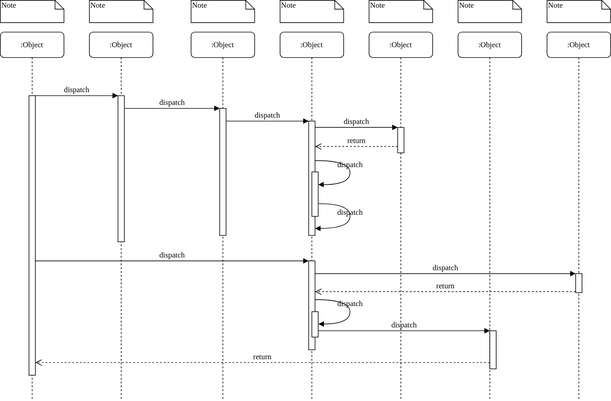
blendblen/myGitTest keeps this draw.io diagram as app/Untitled Diagram.svg. Above is the earlier version. Source tidied: cells renumbered, new cells last; positions are measured from the earlier drawing's top-left corner, leaving out a move shared by most shapes.
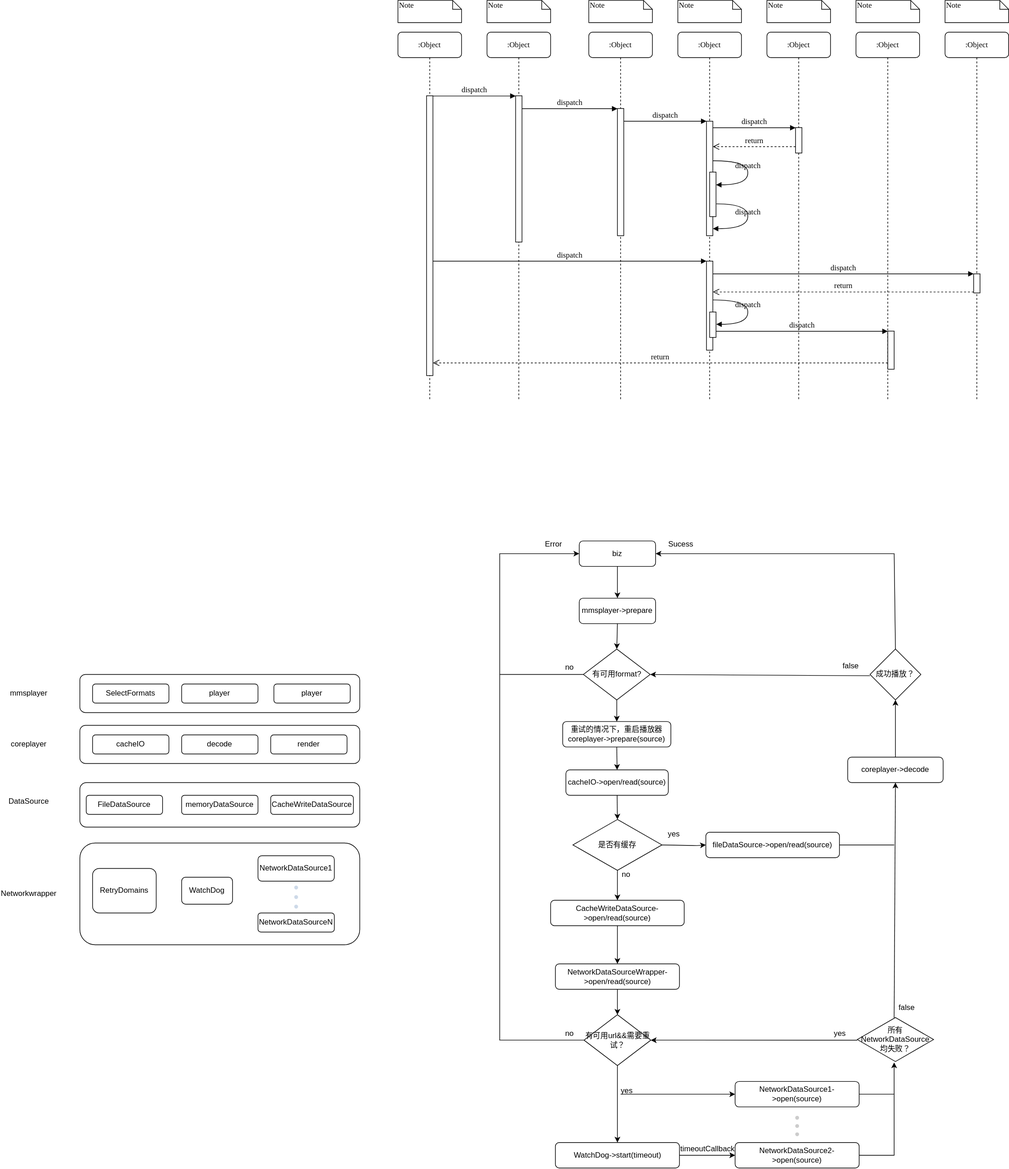
After the commit.

The edit, as a diff of the source:
```diff
@@ -2,6 +2,9 @@
   <root>
     <mxCell id="0" />
     <mxCell id="1" parent="0" />
+    <mxCell id="39" style="rounded=1;whiteSpace=wrap;html=1;" parent="1" vertex="1">
+      <mxGeometry x="-310" y="1330" width="210" height="70" as="geometry" />
+    </mxCell>
     <mxCell id="2" value=":Object" style="shape=umlLifeline;perimeter=lifelinePerimeter;whiteSpace=wrap;html=1;rounded=1;shadow=0;comic=0;labelBackgroundColor=none;strokeWidth=1;fontFamily=Verdana;fontSize=12;align=center;" parent="1" vertex="1">
       <mxGeometry x="140" y="50" width="100" height="580" as="geometry" />
     </mxCell>
@@ -144,5 +147,260 @@
     <mxCell id="38" value="Note" style="shape=note;whiteSpace=wrap;html=1;size=14;verticalAlign=top;align=left;spacingTop=-6;rounded=0;shadow=0;comic=0;labelBackgroundColor=none;strokeWidth=1;fontFamily=Verdana;fontSize=12;" parent="1" vertex="1">
       <mxGeometry x="860" width="100" height="35" as="geometry" />
     </mxCell>
+    <mxCell id="40" value="biz" style="rounded=1;whiteSpace=wrap;html=1;" parent="1" vertex="1">
+      <mxGeometry x="285" y="850" width="120" height="40" as="geometry" />
+    </mxCell>
+    <mxCell id="41" value="mmsplayer-&amp;gt;prepare" style="rounded=1;whiteSpace=wrap;html=1;" parent="1" vertex="1">
+      <mxGeometry x="285" y="940" width="120" height="40" as="geometry" />
+    </mxCell>
+    <mxCell id="42" value="重试的情况下，重启播放器coreplayer-&amp;gt;prepare(source)" style="rounded=1;whiteSpace=wrap;html=1;" parent="1" vertex="1">
+      <mxGeometry x="259" y="1134" width="170" height="40" as="geometry" />
+    </mxCell>
+    <mxCell id="43" value="cacheIO-&amp;gt;open/read(source)" style="rounded=1;whiteSpace=wrap;html=1;" parent="1" vertex="1">
+      <mxGeometry x="264" y="1210" width="161" height="40" as="geometry" />
+    </mxCell>
+    <mxCell id="44" value="是否有缓存" style="rhombus;whiteSpace=wrap;html=1;" parent="1" vertex="1">
+      <mxGeometry x="275" y="1288" width="140" height="80" as="geometry" />
+    </mxCell>
+    <mxCell id="45" value="fileDataSource-&amp;gt;open/read(source)" style="rounded=1;whiteSpace=wrap;html=1;" parent="1" vertex="1">
+      <mxGeometry x="484" y="1308" width="210" height="40" as="geometry" />
+    </mxCell>
+    <mxCell id="46" value="CacheWriteDataSource-&amp;gt;open/read(source)" style="rounded=1;whiteSpace=wrap;html=1;" parent="1" vertex="1">
+      <mxGeometry x="240" y="1415" width="210" height="40" as="geometry" />
+    </mxCell>
+    <mxCell id="47" value="NetworkDataSourceWrapper-&amp;gt;open/read(source)" style="rounded=1;whiteSpace=wrap;html=1;" parent="1" vertex="1">
+      <mxGeometry x="247.5" y="1515" width="195" height="40" as="geometry" />
+    </mxCell>
+    <mxCell id="48" value="NetworkDataSource1-&amp;gt;open(source)" style="rounded=1;whiteSpace=wrap;html=1;" parent="1" vertex="1">
+      <mxGeometry x="530" y="1700" width="195" height="40" as="geometry" />
+    </mxCell>
+    <mxCell id="49" value="WatchDog-&amp;gt;start(timeout)" style="rounded=1;whiteSpace=wrap;html=1;" parent="1" vertex="1">
+      <mxGeometry x="247.5" y="1796" width="195" height="40" as="geometry" />
+    </mxCell>
+    <mxCell id="50" value="NetworkDataSource2-&amp;gt;open(source)" style="rounded=1;whiteSpace=wrap;html=1;" parent="1" vertex="1">
+      <mxGeometry x="530" y="1796" width="195" height="40" as="geometry" />
+    </mxCell>
+    <mxCell id="51" style="rounded=1;whiteSpace=wrap;html=1;" parent="1" vertex="1">
+      <mxGeometry x="-500" y="1140" width="440" height="60" as="geometry" />
+    </mxCell>
+    <mxCell id="52" style="rounded=1;whiteSpace=wrap;html=1;" parent="1" vertex="1">
+      <mxGeometry x="-500" y="1060" width="440" height="60" as="geometry" />
+    </mxCell>
+    <mxCell id="53" style="rounded=1;whiteSpace=wrap;html=1;" parent="1" vertex="1">
+      <mxGeometry x="-500" y="1230" width="440" height="70" as="geometry" />
+    </mxCell>
+    <mxCell id="54" value="mmsplayer" style="text;html=1;align=center;verticalAlign=middle;whiteSpace=wrap;rounded=0;" parent="1" vertex="1">
+      <mxGeometry x="-610" y="1075" width="60" height="30" as="geometry" />
+    </mxCell>
+    <mxCell id="55" value="coreplayer" style="text;html=1;align=center;verticalAlign=middle;whiteSpace=wrap;rounded=0;" parent="1" vertex="1">
+      <mxGeometry x="-610" y="1155" width="60" height="30" as="geometry" />
+    </mxCell>
+    <mxCell id="56" value="DataSource" style="text;html=1;align=center;verticalAlign=middle;whiteSpace=wrap;rounded=0;" parent="1" vertex="1">
+      <mxGeometry x="-610" y="1245" width="60" height="30" as="geometry" />
+    </mxCell>
+    <mxCell id="57" value="cacheIO" style="rounded=1;whiteSpace=wrap;html=1;" parent="1" vertex="1">
+      <mxGeometry x="-480" y="1155" width="120" height="30" as="geometry" />
+    </mxCell>
+    <mxCell id="58" value="decode" style="rounded=1;whiteSpace=wrap;html=1;" parent="1" vertex="1">
+      <mxGeometry x="-340" y="1155" width="120" height="30" as="geometry" />
+    </mxCell>
+    <mxCell id="59" value="render" style="rounded=1;whiteSpace=wrap;html=1;" parent="1" vertex="1">
+      <mxGeometry x="-200" y="1155" width="120" height="30" as="geometry" />
+    </mxCell>
+    <mxCell id="60" value="FileDataSource" style="rounded=1;whiteSpace=wrap;html=1;" parent="1" vertex="1">
+      <mxGeometry x="-490" y="1250" width="120" height="30" as="geometry" />
+    </mxCell>
+    <mxCell id="61" value="memoryDataSource" style="rounded=1;whiteSpace=wrap;html=1;" parent="1" vertex="1">
+      <mxGeometry x="-340" y="1250" width="120" height="30" as="geometry" />
+    </mxCell>
+    <mxCell id="62" value="CacheWriteDataSource" style="rounded=1;whiteSpace=wrap;html=1;" parent="1" vertex="1">
+      <mxGeometry x="-200" y="1250" width="130" height="30" as="geometry" />
+    </mxCell>
+    <mxCell id="63" style="rounded=1;whiteSpace=wrap;html=1;" parent="1" vertex="1">
+      <mxGeometry x="-500" y="1325" width="440" height="160" as="geometry" />
+    </mxCell>
+    <mxCell id="64" value="Networkwrapper" style="text;html=1;align=center;verticalAlign=middle;whiteSpace=wrap;rounded=0;" parent="1" vertex="1">
+      <mxGeometry x="-625" y="1390" width="90" height="30" as="geometry" />
+    </mxCell>
+    <mxCell id="65" value="NetworkDataSource1" style="rounded=1;whiteSpace=wrap;html=1;" parent="1" vertex="1">
+      <mxGeometry x="-220" y="1345" width="120" height="40" as="geometry" />
+    </mxCell>
+    <mxCell id="66" value="WatchDog" style="rounded=1;whiteSpace=wrap;html=1;" parent="1" vertex="1">
+      <mxGeometry x="-340" y="1378.8" width="80" height="42.5" as="geometry" />
+    </mxCell>
+    <mxCell id="67" value="SelectFormats" style="rounded=1;whiteSpace=wrap;html=1;" parent="1" vertex="1">
+      <mxGeometry x="-480" y="1075" width="120" height="30" as="geometry" />
+    </mxCell>
+    <mxCell id="68" value="player" style="rounded=1;whiteSpace=wrap;html=1;" parent="1" vertex="1">
+      <mxGeometry x="-340" y="1075" width="120" height="30" as="geometry" />
+    </mxCell>
+    <mxCell id="69" value="player" style="rounded=1;whiteSpace=wrap;html=1;" parent="1" vertex="1">
+      <mxGeometry x="-195" y="1075" width="120" height="30" as="geometry" />
+    </mxCell>
+    <mxCell id="70" value="NetworkDataSourceN" style="rounded=1;whiteSpace=wrap;html=1;" parent="1" vertex="1">
+      <mxGeometry x="-220" y="1435" width="120" height="30" as="geometry" />
+    </mxCell>
+    <mxCell id="71" value="RetryDomains" style="rounded=1;whiteSpace=wrap;html=1;" parent="1" vertex="1">
+      <mxGeometry x="-480" y="1365" width="100" height="70" as="geometry" />
+    </mxCell>
+    <mxCell id="72" style="shape=waypoint;sketch=0;fillStyle=solid;size=6;fillColor=none;perimeter=centerPerimeter;strokeColor=#CDD9E8;" parent="1" vertex="1">
+      <mxGeometry x="-170" y="1385" width="20" height="20" as="geometry" />
+    </mxCell>
+    <mxCell id="73" style="shape=waypoint;sketch=0;fillStyle=solid;size=6;fillColor=none;perimeter=centerPerimeter;strokeColor=#CDD9E8;" parent="1" vertex="1">
+      <mxGeometry x="-170" y="1400" width="20" height="20" as="geometry" />
+    </mxCell>
+    <mxCell id="74" style="shape=waypoint;sketch=0;fillStyle=solid;size=6;fillColor=none;perimeter=centerPerimeter;strokeColor=#CDD9E8;" parent="1" vertex="1">
+      <mxGeometry x="-170" y="1415" width="20" height="20" as="geometry" />
+    </mxCell>
+    <mxCell id="75" style="endArrow=classic;html=1;rounded=0;exitX=0.5;exitY=1;exitDx=0;exitDy=0;entryX=0.5;entryY=0;entryDx=0;entryDy=0;" parent="1" edge="1" source="40" target="41">
+      <mxGeometry relative="1" as="geometry" />
+    </mxCell>
+    <mxCell id="76" style="endArrow=classic;html=1;rounded=0;exitX=0.5;exitY=1;exitDx=0;exitDy=0;entryX=0.5;entryY=0;entryDx=0;entryDy=0;" parent="1" edge="1" source="107" target="42">
+      <mxGeometry relative="1" as="geometry" />
+    </mxCell>
+    <mxCell id="77" style="endArrow=classic;html=1;rounded=0;exitX=0.5;exitY=1;exitDx=0;exitDy=0;entryX=0.5;entryY=0;entryDx=0;entryDy=0;" parent="1" edge="1" source="42" target="43">
+      <mxGeometry relative="1" as="geometry" />
+    </mxCell>
+    <mxCell id="78" style="endArrow=classic;html=1;rounded=0;exitX=0.5;exitY=1;exitDx=0;exitDy=0;entryX=0.5;entryY=0;entryDx=0;entryDy=0;" parent="1" edge="1" source="43" target="44">
+      <mxGeometry relative="1" as="geometry" />
+    </mxCell>
+    <mxCell id="79" value="no" style="text;html=1;align=center;verticalAlign=middle;whiteSpace=wrap;rounded=0;" parent="1" vertex="1">
+      <mxGeometry x="329" y="1360" width="60" height="30" as="geometry" />
+    </mxCell>
+    <mxCell id="80" value="yes" style="text;html=1;align=center;verticalAlign=middle;whiteSpace=wrap;rounded=0;" parent="1" vertex="1">
+      <mxGeometry x="404" y="1296" width="60" height="30" as="geometry" />
+    </mxCell>
+    <mxCell id="81" style="endArrow=classic;html=1;rounded=0;exitX=0.5;exitY=1;exitDx=0;exitDy=0;entryX=0.5;entryY=0;entryDx=0;entryDy=0;" parent="1" edge="1" source="46" target="47">
+      <mxGeometry relative="1" as="geometry" />
+    </mxCell>
+    <mxCell id="82" style="endArrow=classic;html=1;rounded=0;exitX=1;exitY=0.5;exitDx=0;exitDy=0;entryX=0;entryY=0.5;entryDx=0;entryDy=0;" parent="1" edge="1" source="49" target="50">
+      <mxGeometry relative="1" as="geometry" />
+    </mxCell>
+    <mxCell id="83" value="有可用url&amp;amp;&amp;amp;需要重试？" style="rhombus;whiteSpace=wrap;html=1;" parent="1" vertex="1">
+      <mxGeometry x="292.5" y="1595" width="105" height="80" as="geometry" />
+    </mxCell>
+    <mxCell id="84" style="endArrow=classic;html=1;rounded=0;exitX=0.5;exitY=1;exitDx=0;exitDy=0;entryX=0.5;entryY=0;entryDx=0;entryDy=0;" parent="1" edge="1" source="47" target="83">
+      <mxGeometry relative="1" as="geometry" />
+    </mxCell>
+    <mxCell id="85" style="endArrow=classic;html=1;rounded=0;exitX=0.5;exitY=1;exitDx=0;exitDy=0;entryX=0.5;entryY=0;entryDx=0;entryDy=0;" parent="1" edge="1" source="83" target="49">
+      <mxGeometry relative="1" as="geometry" />
+    </mxCell>
+    <mxCell id="86" style="endArrow=classic;html=1;rounded=0;entryX=0;entryY=0.5;entryDx=0;entryDy=0;" parent="1" edge="1" target="48">
+      <mxGeometry relative="1" as="geometry">
+        <mxPoint x="350" y="1720" as="sourcePoint" />
+      </mxGeometry>
+    </mxCell>
+    <mxCell id="87" value="yes" style="text;html=1;align=center;verticalAlign=middle;whiteSpace=wrap;rounded=0;" parent="1" vertex="1">
+      <mxGeometry x="330" y="1700" width="60" height="30" as="geometry" />
+    </mxCell>
+    <mxCell id="88" style="endArrow=classic;html=1;rounded=0;exitX=0.5;exitY=1;exitDx=0;exitDy=0;entryX=0.5;entryY=0;entryDx=0;entryDy=0;" parent="1" edge="1" source="44" target="46">
+      <mxGeometry relative="1" as="geometry" />
+    </mxCell>
+    <mxCell id="89" style="endArrow=classic;html=1;rounded=0;exitX=1;exitY=0.5;exitDx=0;exitDy=0;entryX=0;entryY=0.5;entryDx=0;entryDy=0;" parent="1" edge="1" source="44" target="45">
+      <mxGeometry relative="1" as="geometry">
+        <Array as="points">
+          <mxPoint x="470" y="1329" />
+        </Array>
+      </mxGeometry>
+    </mxCell>
+    <mxCell id="90" value="timeoutCallback" style="text;html=1;align=center;verticalAlign=middle;whiteSpace=wrap;rounded=0;" parent="1" vertex="1">
+      <mxGeometry x="457" y="1791" width="60" height="30" as="geometry" />
+    </mxCell>
+    <mxCell id="91" style="endArrow=classic;html=1;rounded=0;exitX=0;exitY=0.5;exitDx=0;exitDy=0;entryX=0;entryY=0.5;entryDx=0;entryDy=0;" parent="1" edge="1" source="83" target="40">
+      <mxGeometry relative="1" as="geometry">
+        <Array as="points">
+          <mxPoint x="160" y="1635" />
+          <mxPoint x="160" y="870" />
+        </Array>
+      </mxGeometry>
+    </mxCell>
+    <mxCell id="92" value="no" style="text;html=1;align=center;verticalAlign=middle;whiteSpace=wrap;rounded=0;" parent="1" vertex="1">
+      <mxGeometry x="240" y="1610" width="60" height="30" as="geometry" />
+    </mxCell>
+    <mxCell id="93" style="endArrow=none;html=1;rounded=0;exitX=1;exitY=0.5;exitDx=0;exitDy=0;" parent="1" edge="1" source="45">
+      <mxGeometry relative="1" as="geometry">
+        <mxPoint x="780" y="1328" as="targetPoint" />
+      </mxGeometry>
+    </mxCell>
+    <mxCell id="94" value="所有NetworkDataSource均失败？" style="html=1;whiteSpace=wrap;shape=isoRectangle;" parent="1" vertex="1">
+      <mxGeometry x="722" y="1598" width="120" height="72" as="geometry" />
+    </mxCell>
+    <mxCell id="95" style="endArrow=classic;html=1;rounded=0;exitX=1;exitY=0.5;exitDx=0;exitDy=0;entryX=0.483;entryY=1;entryDx=0;entryDy=0;entryPerimeter=0;" parent="1" edge="1" source="50" target="94">
+      <mxGeometry relative="1" as="geometry">
+        <Array as="points">
+          <mxPoint x="780" y="1816" />
+        </Array>
+      </mxGeometry>
+    </mxCell>
+    <mxCell id="96" style="endArrow=classic;html=1;rounded=0;exitX=0;exitY=0.514;exitDx=0;exitDy=0;exitPerimeter=0;entryX=1;entryY=0.5;entryDx=0;entryDy=0;" parent="1" edge="1" source="94" target="83">
+      <mxGeometry relative="1" as="geometry" />
+    </mxCell>
+    <mxCell id="97" value="yes" style="text;html=1;align=center;verticalAlign=middle;whiteSpace=wrap;rounded=0;" parent="1" vertex="1">
+      <mxGeometry x="665" y="1610" width="60" height="30" as="geometry" />
+    </mxCell>
+    <mxCell id="98" style="endArrow=none;html=1;rounded=0;exitX=1;exitY=0.5;exitDx=0;exitDy=0;" parent="1" edge="1" source="48">
+      <mxGeometry relative="1" as="geometry">
+        <mxPoint x="780" y="1720" as="targetPoint" />
+      </mxGeometry>
+    </mxCell>
+    <mxCell id="99" style="endArrow=classic;html=1;rounded=0;exitX=0.483;exitY=-0.028;exitDx=0;exitDy=0;exitPerimeter=0;entryX=0.5;entryY=1;entryDx=0;entryDy=0;" parent="1" edge="1" target="101">
+      <mxGeometry relative="1" as="geometry">
+        <mxPoint x="780" y="1600" as="sourcePoint" />
+      </mxGeometry>
+    </mxCell>
+    <mxCell id="100" value="false" style="text;html=1;align=center;verticalAlign=middle;whiteSpace=wrap;rounded=0;" parent="1" vertex="1">
+      <mxGeometry x="770" y="1569" width="60" height="30" as="geometry" />
+    </mxCell>
+    <mxCell id="101" value="coreplayer-&amp;gt;decode" style="rounded=1;whiteSpace=wrap;html=1;" parent="1" vertex="1">
+      <mxGeometry x="707" y="1190" width="150" height="40" as="geometry" />
+    </mxCell>
+    <mxCell id="102" value="成功播放？" style="rhombus;whiteSpace=wrap;html=1;" parent="1" vertex="1">
+      <mxGeometry x="742" y="1020" width="80" height="80" as="geometry" />
+    </mxCell>
+    <mxCell id="103" value="false" style="text;html=1;align=center;verticalAlign=middle;whiteSpace=wrap;rounded=0;" parent="1" vertex="1">
+      <mxGeometry x="682" y="1032" width="60" height="30" as="geometry" />
+    </mxCell>
+    <mxCell id="104" style="endArrow=classic;html=1;rounded=0;exitX=0.5;exitY=0;exitDx=0;exitDy=0;entryX=0.5;entryY=1;entryDx=0;entryDy=0;" parent="1" edge="1" source="101" target="102">
+      <mxGeometry relative="1" as="geometry" />
+    </mxCell>
+    <mxCell id="105" style="endArrow=classic;html=1;rounded=0;exitX=0.5;exitY=0;exitDx=0;exitDy=0;entryX=1;entryY=0.5;entryDx=0;entryDy=0;" parent="1" edge="1" source="102" target="40">
+      <mxGeometry relative="1" as="geometry">
+        <Array as="points">
+          <mxPoint x="780" y="870" />
+        </Array>
+      </mxGeometry>
+    </mxCell>
+    <mxCell id="106" style="endArrow=classic;html=1;rounded=0;exitX=0.5;exitY=1;exitDx=0;exitDy=0;entryX=0.5;entryY=0;entryDx=0;entryDy=0;" parent="1" edge="1" source="41" target="107">
+      <mxGeometry relative="1" as="geometry" />
+    </mxCell>
+    <mxCell id="107" value="有可用format?" style="rhombus;whiteSpace=wrap;html=1;" parent="1" vertex="1">
+      <mxGeometry x="291.5" y="1020" width="105" height="80" as="geometry" />
+    </mxCell>
+    <mxCell id="108" style="endArrow=classic;html=1;rounded=0;exitX=1;exitY=1;exitDx=0;exitDy=0;entryX=1;entryY=0.5;entryDx=0;entryDy=0;" parent="1" edge="1" source="103" target="107">
+      <mxGeometry relative="1" as="geometry" />
+    </mxCell>
+    <mxCell id="109" style="endArrow=none;html=1;rounded=0;exitX=0;exitY=0.5;exitDx=0;exitDy=0;" parent="1" edge="1" source="107">
+      <mxGeometry relative="1" as="geometry">
+        <mxPoint x="160" y="1060" as="targetPoint" />
+      </mxGeometry>
+    </mxCell>
+    <mxCell id="110" value="no" style="text;html=1;align=center;verticalAlign=middle;whiteSpace=wrap;rounded=0;" parent="1" vertex="1">
+      <mxGeometry x="240" y="1034" width="60" height="30" as="geometry" />
+    </mxCell>
+    <mxCell id="111" value="Error" style="text;html=1;align=center;verticalAlign=middle;whiteSpace=wrap;rounded=0;" parent="1" vertex="1">
+      <mxGeometry x="215" y="840" width="60" height="30" as="geometry" />
+    </mxCell>
+    <mxCell id="112" value="Sucess" style="text;html=1;align=center;verticalAlign=middle;whiteSpace=wrap;rounded=0;" parent="1" vertex="1">
+      <mxGeometry x="415" y="840" width="60" height="30" as="geometry" />
+    </mxCell>
+    <mxCell id="113" style="shape=waypoint;sketch=0;fillStyle=solid;size=6;fillColor=none;perimeter=centerPerimeter;strokeColor=#CCCCCC;" parent="1" vertex="1">
+      <mxGeometry x="617.5" y="1747" width="20" height="20" as="geometry" />
+    </mxCell>
+    <mxCell id="114" style="shape=waypoint;sketch=0;fillStyle=solid;size=6;fillColor=none;perimeter=centerPerimeter;strokeColor=#CCCCCC;" parent="1" vertex="1">
+      <mxGeometry x="617.5" y="1760" width="20" height="20" as="geometry" />
+    </mxCell>
+    <mxCell id="115" style="shape=waypoint;sketch=0;fillStyle=solid;size=6;fillColor=none;perimeter=centerPerimeter;strokeColor=#CCCCCC;" parent="1" vertex="1">
+      <mxGeometry x="617.5" y="1773" width="20" height="20" as="geometry" />
+    </mxCell>
   </root>
 </mxGraphModel>
```
